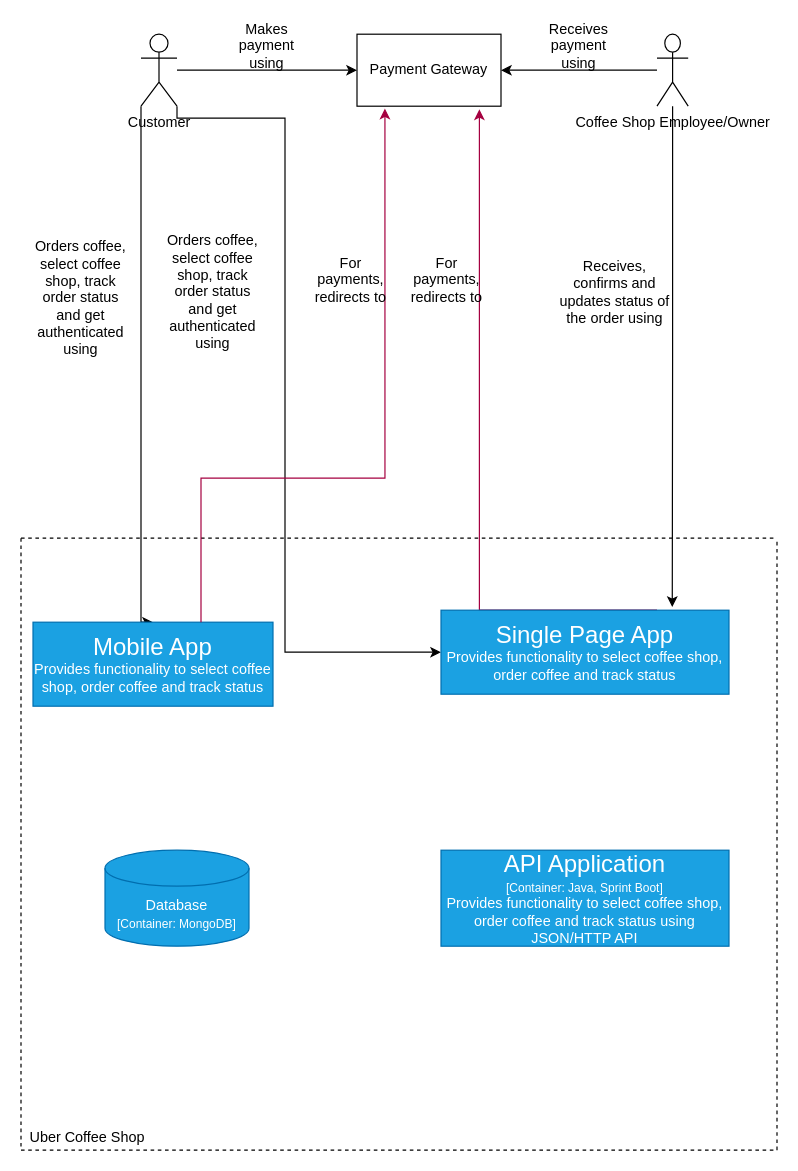
The draw.io diagram Container Diagram.drawio in dinesh-i/uber-coffee-shops, before the edit. Source tidied: cells renumbered, new cells numbered last; positions are measured from the earlier drawing's top-left corner, leaving out a move shared by most shapes. Both pictures are drawn from the tidied source at 120%, with x=0, y=0 at pixel (20, 22).
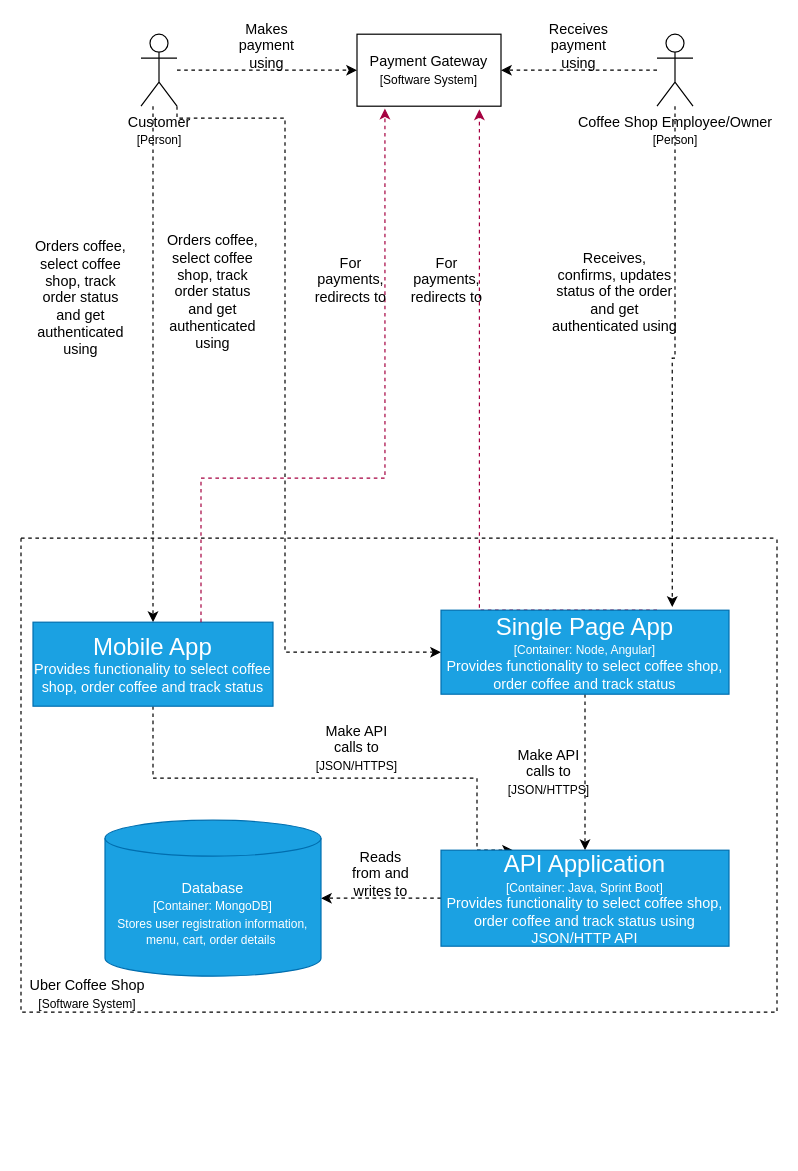
The same page after the edit.

The change refers to these unchanged cells:
```xml
<mxCell id="18" value="&lt;font style=&quot;font-size: 20px&quot;&gt;Mobile App&lt;br&gt;&lt;/font&gt;Provides functionality to select coffee shop, order coffee and track status" style="rounded=0;whiteSpace=wrap;html=1;fillColor=#1ba1e2;strokeColor=#006EAF;fontColor=#ffffff;" parent="16" vertex="1">
  <mxGeometry x="10" y="70" width="200" height="70" as="geometry" />
</mxCell>
<mxCell id="20" value="&lt;font&gt;&lt;span style=&quot;font-size: 20px&quot;&gt;API Application&lt;/span&gt;&lt;br&gt;&lt;font style=&quot;font-size: 10px&quot;&gt;[Container: Java, Sprint Boot]&lt;/font&gt;&lt;br&gt;&lt;/font&gt;Provides functionality to select coffee shop, order coffee and track status using JSON/HTTP API" style="rounded=0;whiteSpace=wrap;html=1;fillColor=#1ba1e2;strokeColor=#006EAF;fontColor=#ffffff;" parent="16" vertex="1">
  <mxGeometry x="350" y="260" width="240" height="80" as="geometry" />
</mxCell>
```

Change to the diagram source:
```diff
@@
-    <mxCell id="2" style="edgeStyle=orthogonalEdgeStyle;rounded=0;jettySize=auto;html=1;" parent="1" edge="1" source="5">
+    <mxCell id="2" style="edgeStyle=orthogonalEdgeStyle;rounded=0;jettySize=auto;html=1;dashed=1;" parent="1" edge="1" source="5">
       <mxGeometry relative="1" as="geometry">
         <mxPoint x="280" y="40" as="targetPoint" />
       </mxGeometry>
     </mxCell>
+    <mxCell id="4" style="edgeStyle=orthogonalEdgeStyle;rounded=0;jettySize=auto;html=1;dashed=1;" parent="1" edge="1" source="5" target="19">
+      <mxGeometry relative="1" as="geometry">
+        <Array as="points">
+          <mxPoint x="130" y="80" />
+          <mxPoint x="220" y="80" />
+          <mxPoint x="220" y="525" />
+        </Array>
+      </mxGeometry>
+    </mxCell>
-    <mxCell id="3" style="edgeStyle=orthogonalEdgeStyle;rounded=0;jettySize=auto;html=1;entryX=0.5;entryY=0;entryDx=0;entryDy=0;" parent="1" edge="1" source="5" target="18">
+    <mxCell id="3" style="edgeStyle=orthogonalEdgeStyle;rounded=0;jettySize=auto;html=1;entryX=0.5;entryY=0;entryDx=0;entryDy=0;dashed=1;" parent="1" edge="1" source="5" target="18">
       <mxGeometry relative="1" as="geometry">
         <Array as="points">
-          <mxPoint x="100" y="180" />
-          <mxPoint x="100" y="180" />
+          <mxPoint x="110" y="170" />
+          <mxPoint x="110" y="170" />
         </Array>
       </mxGeometry>
     </mxCell>
-    <mxCell id="4" style="edgeStyle=orthogonalEdgeStyle;rounded=0;jettySize=auto;html=1;" parent="1" edge="1" source="5" target="19">
-      <mxGeometry relative="1" as="geometry">
-        <Array as="points">
-          <mxPoint x="130" y="80" />
-          <mxPoint x="220" y="80" />
-          <mxPoint x="220" y="525" />
-        </Array>
-      </mxGeometry>
-    </mxCell>
-    <mxCell id="5" value="Customer" style="shape=umlActor;verticalLabelPosition=bottom;verticalAlign=top;html=1;outlineConnect=0;" parent="1" vertex="1">
+    <mxCell id="5" value="Customer&lt;br&gt;&lt;font style=&quot;font-size: 10px&quot;&gt;[Person]&lt;/font&gt;" style="shape=umlActor;verticalLabelPosition=bottom;verticalAlign=top;html=1;outlineConnect=0;" parent="1" vertex="1">
       <mxGeometry x="100" y="10" width="30" height="60" as="geometry" />
     </mxCell>
-    <mxCell id="6" style="edgeStyle=orthogonalEdgeStyle;rounded=0;jettySize=auto;html=1;entryX=1;entryY=0.5;entryDx=0;entryDy=0;" parent="1" edge="1" source="8" target="10">
+    <mxCell id="6" style="edgeStyle=orthogonalEdgeStyle;rounded=0;jettySize=auto;html=1;entryX=1;entryY=0.5;entryDx=0;entryDy=0;dashed=1;" parent="1" edge="1" source="8" target="10">
       <mxGeometry relative="1" as="geometry" />
     </mxCell>
-    <mxCell id="7" style="edgeStyle=orthogonalEdgeStyle;rounded=0;jettySize=auto;html=1;entryX=0.803;entryY=-0.038;entryDx=0;entryDy=0;entryPerimeter=0;" parent="1" edge="1" source="8" target="19">
+    <mxCell id="7" style="edgeStyle=orthogonalEdgeStyle;rounded=0;jettySize=auto;html=1;entryX=0.803;entryY=-0.038;entryDx=0;entryDy=0;entryPerimeter=0;dashed=1;" parent="1" edge="1" source="8" target="19">
       <mxGeometry relative="1" as="geometry" />
     </mxCell>
-    <mxCell id="8" value="Coffee Shop Employee/Owner" style="shape=umlActor;verticalLabelPosition=bottom;verticalAlign=top;html=1;outlineConnect=0;" parent="1" vertex="1">
-      <mxGeometry x="530" y="10" width="26" height="60" as="geometry" />
+    <mxCell id="8" value="Coffee Shop Employee/Owner&lt;br&gt;&lt;font style=&quot;font-size: 10px&quot;&gt;[Person]&lt;/font&gt;" style="shape=umlActor;verticalLabelPosition=bottom;verticalAlign=top;html=1;outlineConnect=0;" parent="1" vertex="1">
+      <mxGeometry x="530" y="10" width="30" height="60" as="geometry" />
     </mxCell>
-    <mxCell id="9" style="edgeStyle=orthogonalEdgeStyle;rounded=0;jettySize=auto;html=1;exitX=0.75;exitY=0;exitDx=0;exitDy=0;entryX=0.85;entryY=1.044;entryDx=0;entryDy=0;entryPerimeter=0;fillColor=#d80073;strokeColor=#A50040;" parent="1" edge="1" source="19" target="10">
+    <mxCell id="9" style="edgeStyle=orthogonalEdgeStyle;rounded=0;jettySize=auto;html=1;exitX=0.75;exitY=0;exitDx=0;exitDy=0;entryX=0.85;entryY=1.044;entryDx=0;entryDy=0;entryPerimeter=0;fillColor=#d80073;strokeColor=#A50040;dashed=1;" parent="1" edge="1" source="19" target="10">
       <mxGeometry relative="1" as="geometry">
         <Array as="points">
           <mxPoint x="382" y="490" />
         </Array>
       </mxGeometry>
     </mxCell>
-    <mxCell id="10" value="Payment Gateway" style="rounded=0;whiteSpace=wrap;html=1;" parent="1" vertex="1">
+    <mxCell id="10" value="Payment Gateway&lt;br&gt;&lt;font style=&quot;font-size: 10px&quot;&gt;[Software System]&lt;/font&gt;" style="rounded=0;whiteSpace=wrap;html=1;" parent="1" vertex="1">
       <mxGeometry x="280" y="10" width="120" height="60" as="geometry" />
     </mxCell>
@@
-    <mxCell id="14" value="Receives,&lt;br&gt;confirms and updates status of the order using" style="text;html=1;strokeColor=none;fillColor=none;align=center;verticalAlign=middle;whiteSpace=wrap;rounded=0;" parent="1" vertex="1">
+    <mxCell id="14" value="Receives,&lt;br&gt;confirms, updates status of the order and get authenticated using" style="text;html=1;strokeColor=none;fillColor=none;align=center;verticalAlign=middle;whiteSpace=wrap;rounded=0;" parent="1" vertex="1">
       <mxGeometry x="440" y="205" width="110" height="40" as="geometry" />
     </mxCell>
@@
     <mxCell id="16" style="swimlane;startSize=0;dashed=1;" parent="1" vertex="1">
-      <mxGeometry y="430" width="630" height="510" as="geometry" />
+      <mxGeometry y="430" width="630" height="395" as="geometry" />
     </mxCell>
-    <mxCell id="17" value="Uber Coffee Shop" style="text;html=1;align=center;verticalAlign=middle;strokeColor=none;" parent="16" vertex="1">
-      <mxGeometry y="490" width="110" height="20" as="geometry" />
+    <mxCell id="17" value="Uber Coffee Shop&lt;br&gt;&lt;font style=&quot;font-size: 10px&quot;&gt;[Software System]&lt;/font&gt;" style="text;html=1;align=center;verticalAlign=middle;strokeColor=none;" parent="16" vertex="1">
+      <mxGeometry y="365" width="110" height="30" as="geometry" />
     </mxCell>
+    <mxCell id="25" style="edgeStyle=orthogonalEdgeStyle;rounded=0;jettySize=auto;html=1;entryX=0.25;entryY=0;entryDx=0;entryDy=0;dashed=1;" parent="16" edge="1" source="18" target="20">
+      <mxGeometry relative="1" as="geometry">
+        <Array as="points">
+          <mxPoint x="110" y="200" />
+          <mxPoint x="380" y="200" />
+          <mxPoint x="380" y="260" />
+        </Array>
+      </mxGeometry>
+    </mxCell>
@@
+    <mxCell id="26" style="edgeStyle=orthogonalEdgeStyle;rounded=0;jettySize=auto;html=1;entryX=0.5;entryY=0;entryDx=0;entryDy=0;dashed=1;" parent="16" edge="1" source="19" target="20">
+      <mxGeometry relative="1" as="geometry" />
+    </mxCell>
-    <mxCell id="19" value="&lt;font style=&quot;font-size: 20px&quot;&gt;Single Page App&lt;br&gt;&lt;/font&gt;Provides functionality to select coffee shop, order coffee and track status" style="rounded=0;whiteSpace=wrap;html=1;fillColor=#1ba1e2;strokeColor=#006EAF;fontColor=#ffffff;" parent="16" vertex="1">
+    <mxCell id="19" value="&lt;font&gt;&lt;span style=&quot;font-size: 20px&quot;&gt;Single Page App&lt;/span&gt;&lt;br&gt;&lt;font style=&quot;font-size: 10px&quot;&gt;[Container: Node, Angular]&lt;/font&gt;&lt;br&gt;&lt;/font&gt;Provides functionality to select coffee shop, order coffee and track status" style="rounded=0;whiteSpace=wrap;html=1;fillColor=#1ba1e2;strokeColor=#006EAF;fontColor=#ffffff;" parent="16" vertex="1">
       <mxGeometry x="350" y="60" width="240" height="70" as="geometry" />
     </mxCell>
+    <mxCell id="27" style="edgeStyle=orthogonalEdgeStyle;rounded=0;jettySize=auto;html=1;entryX=1;entryY=0.5;entryDx=0;entryDy=0;entryPerimeter=0;dashed=1;" parent="16" edge="1" source="20" target="21">
+      <mxGeometry relative="1" as="geometry" />
+    </mxCell>
@@
-    <mxCell id="21" value="Database&lt;br&gt;&lt;font style=&quot;font-size: 10px&quot;&gt;[Container: MongoDB]&lt;/font&gt;" style="shape=cylinder3;whiteSpace=wrap;html=1;boundedLbl=1;backgroundOutline=1;size=15;fillColor=#1ba1e2;strokeColor=#006EAF;fontColor=#ffffff;" parent="16" vertex="1">
-      <mxGeometry x="70" y="260" width="120" height="80" as="geometry" />
+    <mxCell id="21" value="Database&lt;br&gt;&lt;font style=&quot;font-size: 10px&quot;&gt;[Container: MongoDB]&lt;br&gt;Stores user registration information, menu, cart, order details&amp;nbsp;&lt;br&gt;&lt;/font&gt;" style="shape=cylinder3;whiteSpace=wrap;html=1;boundedLbl=1;backgroundOutline=1;size=15;fillColor=#1ba1e2;strokeColor=#006EAF;fontColor=#ffffff;" parent="16" vertex="1">
+      <mxGeometry x="70" y="235" width="180" height="130" as="geometry" />
     </mxCell>
+    <mxCell id="28" value="Reads from and writes to" style="text;html=1;strokeColor=none;fillColor=none;align=center;verticalAlign=middle;whiteSpace=wrap;rounded=0;" parent="16" vertex="1">
+      <mxGeometry x="270" y="270" width="60" height="20" as="geometry" />
+    </mxCell>
+    <mxCell id="29" value="Make API calls to&lt;br&gt;&lt;font style=&quot;font-size: 10px&quot;&gt;[JSON/HTTPS]&lt;/font&gt;" style="text;html=1;strokeColor=none;fillColor=none;align=center;verticalAlign=middle;whiteSpace=wrap;rounded=0;" parent="16" vertex="1">
+      <mxGeometry x="240" y="160" width="80" height="30" as="geometry" />
+    </mxCell>
+    <mxCell id="30" value="Make API calls to&lt;br&gt;&lt;font style=&quot;font-size: 10px&quot;&gt;[JSON/HTTPS]&lt;/font&gt;" style="text;html=1;strokeColor=none;fillColor=none;align=center;verticalAlign=middle;whiteSpace=wrap;rounded=0;" parent="16" vertex="1">
+      <mxGeometry x="400" y="180" width="80" height="30" as="geometry" />
+    </mxCell>
@@
-    <mxCell id="23" style="edgeStyle=orthogonalEdgeStyle;rounded=0;jettySize=auto;html=1;entryX=0.194;entryY=1.033;entryDx=0;entryDy=0;entryPerimeter=0;fillColor=#d80073;strokeColor=#A50040;" parent="1" edge="1" source="18" target="10">
+    <mxCell id="23" style="edgeStyle=orthogonalEdgeStyle;rounded=0;jettySize=auto;html=1;entryX=0.194;entryY=1.033;entryDx=0;entryDy=0;entryPerimeter=0;fillColor=#d80073;strokeColor=#A50040;dashed=1;" parent="1" edge="1" source="18" target="10">
       <mxGeometry relative="1" as="geometry">
         <Array as="points">
           <mxPoint x="150" y="380" />
           <mxPoint x="303" y="380" />
         </Array>
       </mxGeometry>
     </mxCell>
```
